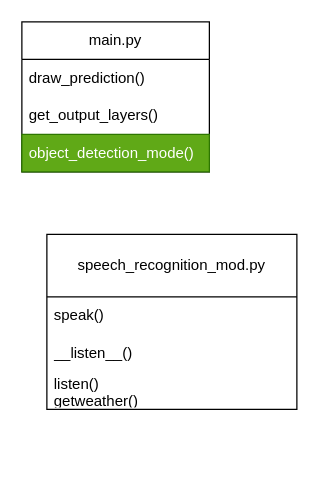
Earlier version of the draw.io diagram page "Inside code" (2 of 2) of drawings.drawio (teymuur/visionease-wear). Source tidied: cells renumbered, new cells numbered last; positions are measured from the earlier drawing's top-left corner, leaving out a move shared by most shapes. Both pictures are drawn from the tidied source at 125%, with x=0, y=0 at pixel (21, 21).
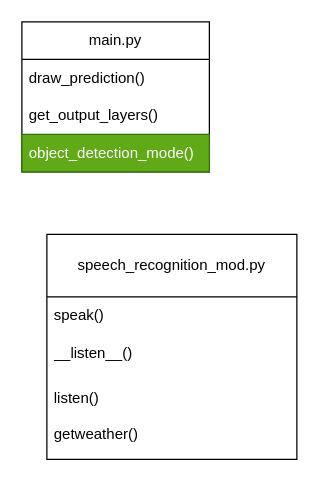
Above is the later version.

Diff of the diagram source:
```diff
@@
 <mxGraphModel>
   <root>
     <mxCell id="0" />
     <mxCell id="1" parent="0" />
     <mxCell id="2" value="main.py" style="swimlane;fontStyle=0;horizontal=1;startSize=30;whiteSpace=wrap;html=1;" parent="1" vertex="1">
       <mxGeometry width="150" height="120" as="geometry" />
     </mxCell>
     <mxCell id="3" value="draw_prediction()" style="text;strokeColor=none;fillColor=none;align=left;verticalAlign=middle;spacingLeft=4;spacingRight=4;overflow=hidden;whiteSpace=wrap;html=1;" parent="2" vertex="1">
       <mxGeometry y="30" width="150" height="30" as="geometry" />
     </mxCell>
     <mxCell id="4" value="get_output_layers()" style="text;strokeColor=none;fillColor=none;align=left;verticalAlign=middle;spacingLeft=4;spacingRight=4;overflow=hidden;whiteSpace=wrap;html=1;" parent="2" vertex="1">
       <mxGeometry y="60" width="150" height="30" as="geometry" />
     </mxCell>
     <mxCell id="5" value="object_detection_mode()" style="text;strokeColor=#2D7600;fillColor=#60a917;align=left;verticalAlign=middle;spacingLeft=4;spacingRight=4;overflow=hidden;whiteSpace=wrap;html=1;fontColor=#ffffff;" parent="2" vertex="1">
       <mxGeometry y="90" width="150" height="30" as="geometry" />
     </mxCell>
     <mxCell id="6" value="speech_recognition_mod.py" style="swimlane;fontStyle=0;horizontal=1;startSize=50;whiteSpace=wrap;html=1;direction=east;" parent="1" vertex="1">
-      <mxGeometry x="20" y="170" width="200" height="140" as="geometry" />
+      <mxGeometry x="20" y="170" width="200" height="180" as="geometry" />
     </mxCell>
     <mxCell id="7" value="speak()" style="text;strokeColor=none;fillColor=none;align=left;verticalAlign=middle;spacingLeft=4;spacingRight=4;overflow=hidden;whiteSpace=wrap;html=1;" parent="6" vertex="1">
       <mxGeometry y="50" width="200" height="30" as="geometry" />
     </mxCell>
     <mxCell id="8" value="__listen__()" style="text;strokeColor=none;fillColor=none;align=left;verticalAlign=middle;spacingLeft=4;spacingRight=4;overflow=hidden;whiteSpace=wrap;html=1;" parent="6" vertex="1">
       <mxGeometry y="80" width="200" height="30" as="geometry" />
     </mxCell>
-    <mxCell id="9" value="listen()&lt;br&gt;getweather()" style="text;strokeColor=none;fillColor=none;align=left;verticalAlign=middle;spacingLeft=4;spacingRight=4;overflow=hidden;whiteSpace=wrap;html=1;" parent="6" vertex="1">
-      <mxGeometry y="110" width="200" height="30" as="geometry" />
+    <mxCell id="9" value="listen()&lt;br&gt;&lt;br&gt;getweather()" style="text;strokeColor=none;fillColor=none;align=left;verticalAlign=middle;spacingLeft=4;spacingRight=4;overflow=hidden;whiteSpace=wrap;html=1;" parent="6" vertex="1">
+      <mxGeometry y="110" width="200" height="70" as="geometry" />
     </mxCell>
   </root>
 </mxGraphModel>
```
